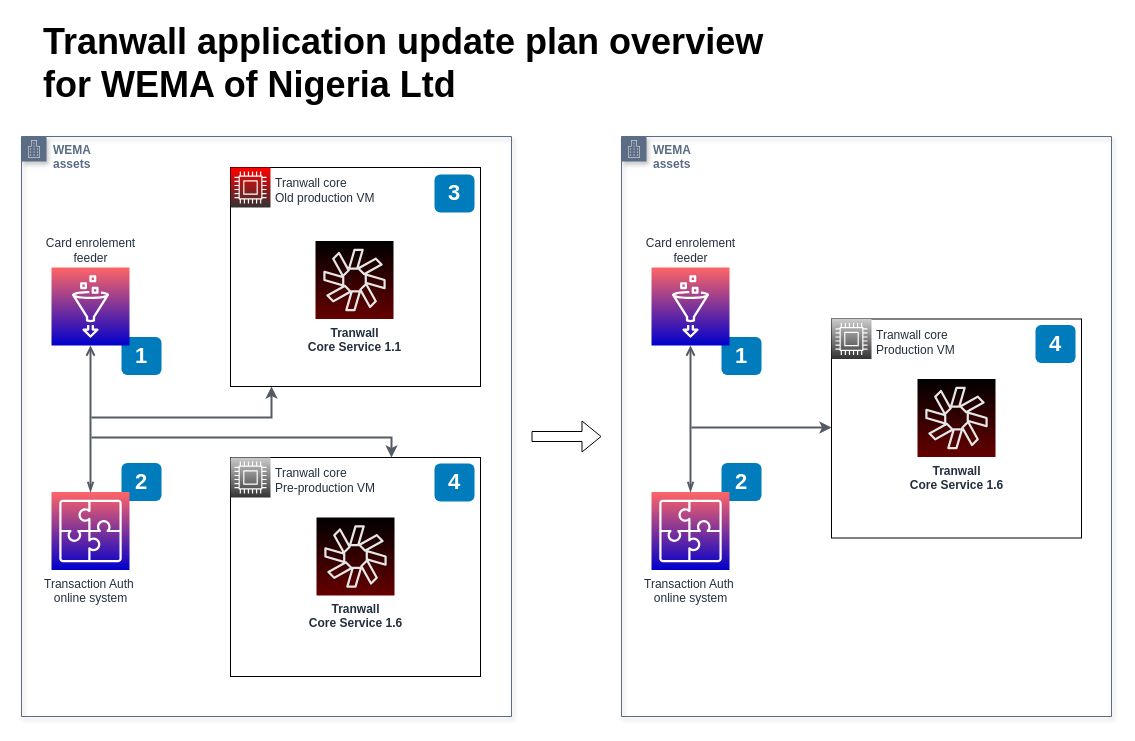
7ak/draw.io keeps this draw.io diagram as WEMA-prod-update.drawio. Above is the earlier version. Source tidied: cells renumbered, new cells numbered last; positions are measured from the earlier drawing's top-left corner, leaving out a move shared by most shapes. Both pictures are drawn from the tidied source at 100%, with x=0, y=0 at pixel (21, 17). Pictures stored in the file or linked from it are replaced by grey dashed boxes.
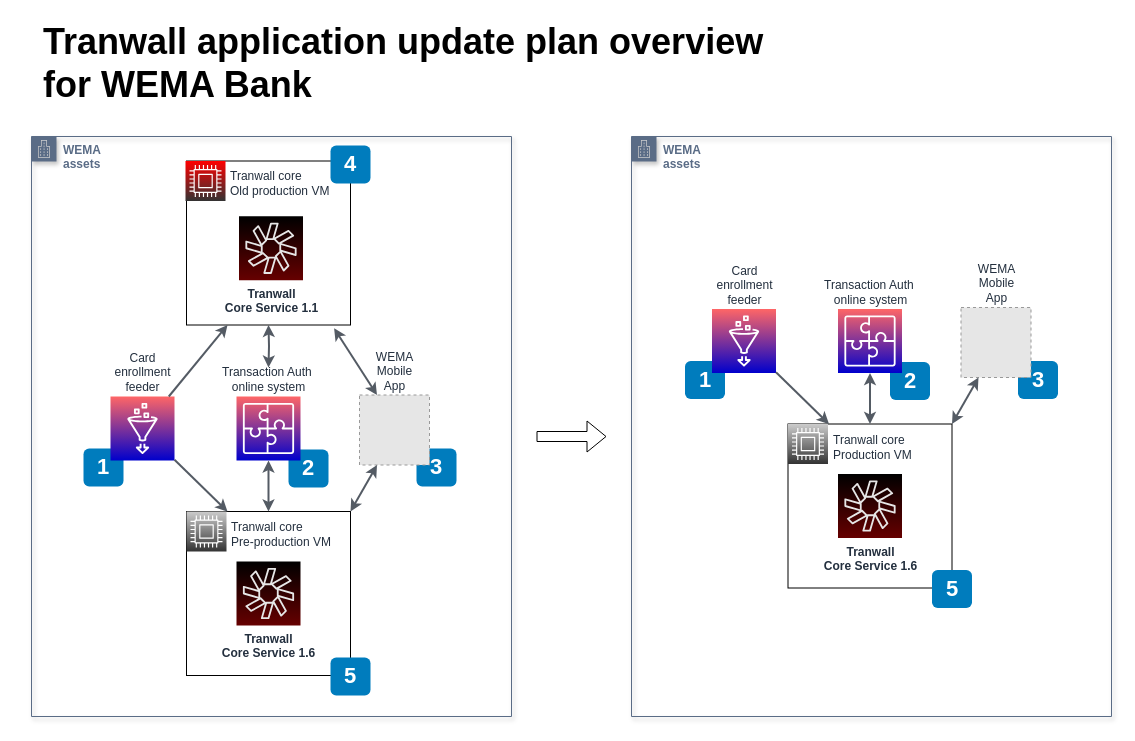
After the change.

What changed in the source:
```diff
@@
     <mxCell id="2" value="WEMA&lt;br&gt;assets" style="gradientColor=#ffffff;html=1;whiteSpace=wrap;fontSize=12;fontStyle=1;shape=mxgraph.aws4.group;grIcon=mxgraph.aws4.group_corporate_data_center;strokeColor=#5A6C86;fillColor=none;verticalAlign=top;align=left;spacingLeft=30;fontColor=#5A6C86;dashed=0;shadow=1;" parent="1" vertex="1">
-      <mxGeometry y="119" width="490" height="580" as="geometry" />
+      <mxGeometry x="10" y="119" width="480" height="580" as="geometry" />
     </mxCell>
+    <mxCell id="10" style="whiteSpace=wrap;html=1;dashed=0;fontColor=#AAB7B8;fontStyle=0;align=left;verticalAlign=top;strokeColor=#000000;fillColor=none;gradientColor=none;spacingLeft=30;" parent="1" vertex="1">
+      <mxGeometry x="165" y="143.5" width="164" height="164" as="geometry" />
+    </mxCell>
+    <mxCell id="12" value="2" style="rounded=1;whiteSpace=wrap;html=1;fillColor=#007CBD;strokeColor=none;fontColor=#FFFFFF;fontStyle=1;fontSize=22;" parent="1" vertex="1">
+      <mxGeometry x="267" y="432" width="40" height="38" as="geometry" />
+    </mxCell>
     <mxCell id="3" value="WEMA&lt;br&gt;assets" style="gradientColor=#ffffff;html=1;whiteSpace=wrap;fontSize=12;fontStyle=1;shape=mxgraph.aws4.group;grIcon=mxgraph.aws4.group_corporate_data_center;strokeColor=#5A6C86;fillColor=none;verticalAlign=top;align=left;spacingLeft=30;fontColor=#5A6C86;dashed=0;shadow=1;" parent="1" vertex="1">
-      <mxGeometry x="600" y="119" width="490" height="580" as="geometry" />
+      <mxGeometry x="610" y="119" width="480" height="580" as="geometry" />
     </mxCell>
-    <mxCell id="4" value="Tranwall application update plan overview &lt;br&gt;for WEMA of Nigeria Ltd&lt;div style=&quot;font-size: 36px&quot;&gt;&lt;/div&gt;" style="text;html=1;align=left;verticalAlign=top;spacingTop=-4;fontSize=36;fontStyle=1;" parent="1" vertex="1">
+    <mxCell id="4" value="Tranwall application update plan overview &lt;br&gt;for WEMA Bank&lt;div style=&quot;font-size: 36px&quot;&gt;&lt;/div&gt;" style="text;html=1;align=left;verticalAlign=top;spacingTop=-4;fontSize=36;fontStyle=1;" parent="1" vertex="1">
       <mxGeometry x="20" width="740" height="90" as="geometry" />
     </mxCell>
     <mxCell id="5" style="whiteSpace=wrap;html=1;dashed=0;fontColor=#AAB7B8;fontStyle=0;align=left;verticalAlign=top;strokeColor=#000000;fillColor=none;gradientColor=none;spacingLeft=30;" parent="1" vertex="1">
-      <mxGeometry x="209" y="440" width="250" height="219" as="geometry" />
+      <mxGeometry x="165" y="494" width="164" height="164" as="geometry" />
     </mxCell>
     <mxCell id="6" value="Tranwall core&lt;br&gt;&lt;span style=&quot;text-align: left&quot;&gt;Pre-production VM&lt;br&gt;&lt;/span&gt;" style="fontColor=#232F3E;gradientColor=#CCCCCC;gradientDirection=north;fillColor=#333333;strokeColor=#ffffff;dashed=0;verticalLabelPosition=middle;verticalAlign=middle;align=left;html=1;fontSize=12;fontStyle=0;shape=mxgraph.aws4.resourceIcon;resIcon=mxgraph.aws4.compute;labelPosition=right;spacing=5;spacingBottom=-6;" parent="1" vertex="1">
-      <mxGeometry x="209" y="440" width="40" height="40" as="geometry" />
+      <mxGeometry x="165" y="494" width="40" height="40" as="geometry" />
     </mxCell>
     <mxCell id="7" value="4" style="rounded=1;whiteSpace=wrap;html=1;fillColor=#007CBD;strokeColor=none;fontColor=#FFFFFF;fontStyle=1;fontSize=22;" parent="1" vertex="1">
-      <mxGeometry x="413" y="446" width="40" height="38" as="geometry" />
+      <mxGeometry x="309" y="128" width="40" height="38" as="geometry" />
     </mxCell>
     <mxCell id="8" value="&lt;span style=&quot;text-align: left&quot;&gt;&lt;b&gt;Tranwall&lt;br&gt;Core Service 1.6&lt;/b&gt;&lt;/span&gt;" style="fontColor=#232F3E;gradientColor=#000000;gradientDirection=north;fillColor=#660000;strokeColor=#E6E6E6;dashed=0;verticalLabelPosition=bottom;verticalAlign=top;align=center;html=1;fontSize=12;fontStyle=0;shape=mxgraph.aws4.resourceIcon;resIcon=mxgraph.aws4.chime;shadow=0;" parent="1" vertex="1">
-      <mxGeometry x="295" y="500" width="78" height="78" as="geometry" />
+      <mxGeometry x="215" y="544" width="64" height="64" as="geometry" />
     </mxCell>
     <mxCell id="9" value="1" style="rounded=1;whiteSpace=wrap;html=1;fillColor=#007CBD;strokeColor=none;fontColor=#FFFFFF;fontStyle=1;fontSize=22;" parent="1" vertex="1">
-      <mxGeometry x="100" y="319.5" width="40" height="38" as="geometry" />
+      <mxGeometry x="62" y="431" width="40" height="38" as="geometry" />
     </mxCell>
-    <mxCell id="10" style="whiteSpace=wrap;html=1;dashed=0;fontColor=#AAB7B8;fontStyle=0;align=left;verticalAlign=top;strokeColor=#000000;fillColor=none;gradientColor=none;spacingLeft=30;" parent="1" vertex="1">
-      <mxGeometry x="209" y="150" width="250" height="219" as="geometry" />
-    </mxCell>
     <mxCell id="11" value="Tranwall core&lt;br&gt;&lt;span style=&quot;text-align: left&quot;&gt;Old production VM&lt;br&gt;&lt;/span&gt;" style="fontColor=#232F3E;gradientColor=#FF0000;gradientDirection=north;fillColor=#333333;strokeColor=#ffffff;dashed=0;verticalLabelPosition=middle;verticalAlign=middle;align=left;html=1;fontSize=12;fontStyle=0;shape=mxgraph.aws4.resourceIcon;resIcon=mxgraph.aws4.compute;labelPosition=right;spacing=5;spacingBottom=-5;" parent="1" vertex="1">
-      <mxGeometry x="209" y="150" width="40" height="40" as="geometry" />
+      <mxGeometry x="164" y="143.5" width="40" height="40" as="geometry" />
     </mxCell>
-    <mxCell id="12" value="2" style="rounded=1;whiteSpace=wrap;html=1;fillColor=#007CBD;strokeColor=none;fontColor=#FFFFFF;fontStyle=1;fontSize=22;" parent="1" vertex="1">
-      <mxGeometry x="100" y="445.5" width="40" height="38" as="geometry" />
-    </mxCell>
-    <mxCell id="13" value="Transaction Auth&amp;nbsp;&lt;br&gt;online system" style="outlineConnect=0;fontColor=#232F3E;gradientColor=#FF6666;gradientDirection=north;fillColor=#0000CC;strokeColor=#ffffff;dashed=0;verticalLabelPosition=bottom;verticalAlign=top;align=center;html=1;fontSize=12;fontStyle=0;shape=mxgraph.aws4.resourceIcon;resIcon=mxgraph.aws4.application_integration;" parent="1" vertex="1">
-      <mxGeometry x="30" y="474.5" width="78" height="78" as="geometry" />
+    <mxCell id="13" value="Transaction Auth&amp;nbsp;&lt;br&gt;online system" style="outlineConnect=0;fontColor=#232F3E;gradientColor=#FF6666;gradientDirection=north;fillColor=#0000CC;strokeColor=#ffffff;dashed=0;verticalLabelPosition=top;verticalAlign=bottom;align=center;html=1;fontSize=12;fontStyle=0;shape=mxgraph.aws4.resourceIcon;resIcon=mxgraph.aws4.application_integration;labelPosition=center;" parent="1" vertex="1">
+      <mxGeometry x="215" y="379" width="64" height="64" as="geometry" />
     </mxCell>
-    <mxCell id="14" style="edgeStyle=orthogonalEdgeStyle;rounded=0;orthogonalLoop=1;jettySize=auto;html=1;strokeColor=#545B64;strokeWidth=2;endFill=1;endArrow=classic;startArrow=none;startFill=0;" parent="1" edge="1">
+    <mxCell id="14" style="edgeStyle=orthogonalEdgeStyle;rounded=0;jettySize=auto;html=1;strokeColor=#545B64;strokeWidth=2;endFill=1;endArrow=classic;startArrow=classic;startFill=1;entryX=0.5;entryY=1;entryDx=0;entryDy=0;" parent="1" edge="1" target="10">
       <mxGeometry relative="1" as="geometry">
-        <mxPoint x="70" y="400" as="sourcePoint" />
-        <mxPoint x="250" y="369" as="targetPoint" />
-        <Array as="points">
-          <mxPoint x="250" y="400" />
-          <mxPoint x="250" y="369" />
-        </Array>
+        <mxPoint x="247" y="350" as="sourcePoint" />
       </mxGeometry>
     </mxCell>
     <mxCell id="15" value="&lt;span style=&quot;text-align: left&quot;&gt;&lt;b&gt;Tranwall&lt;br&gt;Core Service 1.1&lt;/b&gt;&lt;/span&gt;" style="fontColor=#232F3E;gradientColor=#000000;gradientDirection=north;fillColor=#660000;strokeColor=#E6E6E6;dashed=0;verticalLabelPosition=bottom;verticalAlign=top;align=center;html=1;fontSize=12;fontStyle=0;shape=mxgraph.aws4.resourceIcon;resIcon=mxgraph.aws4.chime;shadow=0;" parent="1" vertex="1">
-      <mxGeometry x="294" y="223.5" width="78" height="78" as="geometry" />
+      <mxGeometry x="217.5" y="198.8" width="64" height="64" as="geometry" />
     </mxCell>
     <mxCell id="16" value="3" style="rounded=1;whiteSpace=wrap;html=1;fillColor=#007CBD;strokeColor=none;fontColor=#FFFFFF;fontStyle=1;fontSize=22;" parent="1" vertex="1">
-      <mxGeometry x="413" y="157" width="40" height="38" as="geometry" />
+      <mxGeometry x="395" y="431" width="40" height="38" as="geometry" />
     </mxCell>
+    <mxCell id="19" style="rounded=0;jettySize=auto;html=1;strokeColor=#545B64;strokeWidth=2;endFill=1;endArrow=classic;startArrow=classic;startFill=1;entryX=0.9;entryY=1.02;entryDx=0;entryDy=0;entryPerimeter=0;exitX=0.25;exitY=0;exitDx=0;exitDy=0;" parent="1" edge="1" source="31" target="10">
+      <mxGeometry relative="1" as="geometry" />
+    </mxCell>
+    <mxCell id="30" style="shape=flexArrow;endArrow=classic;html=1;" parent="1" edge="1">
+      <mxGeometry relative="1" as="geometry">
+        <mxPoint x="515" y="419" as="sourcePoint" />
+        <mxPoint x="585" y="419" as="targetPoint" />
+      </mxGeometry>
+    </mxCell>
+    <mxCell id="31" value="WEMA&lt;br&gt;Mobile&lt;br&gt;App" style="fillColor=#E6E6E6;strokeColor=#999999;dashed=1;html=1;verticalAlign=bottom;verticalLabelPosition=top;fontColor=#232F3E;fontStyle=0;labelPosition=center;align=center;" parent="1" vertex="1">
+      <mxGeometry x="338" y="377.5" width="70" height="70" as="geometry" />
+    </mxCell>
+    <mxCell id="32" value="5" style="rounded=1;whiteSpace=wrap;html=1;fillColor=#007CBD;strokeColor=none;fontColor=#FFFFFF;fontStyle=1;fontSize=22;" parent="1" vertex="1">
+      <mxGeometry x="309" y="640" width="40" height="38" as="geometry" />
+    </mxCell>
-    <mxCell id="17" value="Card enrolement&lt;br&gt;feeder" style="outlineConnect=0;fontColor=#232F3E;gradientColor=#FF6666;gradientDirection=north;fillColor=#0000CC;strokeColor=#ffffff;dashed=0;verticalLabelPosition=top;verticalAlign=bottom;align=center;html=1;fontSize=12;fontStyle=0;shape=mxgraph.aws4.resourceIcon;resIcon=mxgraph.aws4.glue;labelPosition=center;" parent="1" vertex="1">
-      <mxGeometry x="30" y="250" width="78" height="78" as="geometry" />
+    <mxCell id="17" value="Card &lt;br&gt;enrollment&lt;br&gt;feeder" style="outlineConnect=0;fontColor=#232F3E;gradientColor=#FF6666;gradientDirection=north;fillColor=#0000CC;strokeColor=#ffffff;dashed=0;verticalLabelPosition=top;verticalAlign=bottom;align=center;html=1;fontSize=12;fontStyle=0;shape=mxgraph.aws4.resourceIcon;resIcon=mxgraph.aws4.glue;labelPosition=center;" parent="1" vertex="1">
+      <mxGeometry x="89" y="379" width="64" height="64" as="geometry" />
     </mxCell>
-    <mxCell id="18" style="edgeStyle=orthogonalEdgeStyle;rounded=0;jettySize=auto;html=1;strokeColor=#545B64;strokeWidth=2;endFill=0;endArrow=open;startArrow=openThin;startFill=0;" parent="1" edge="1" source="13" target="17">
-      <mxGeometry relative="1" as="geometry">
-        <Array as="points">
-          <mxPoint x="69" y="410" />
-          <mxPoint x="69" y="410" />
-        </Array>
-      </mxGeometry>
-    </mxCell>
-    <mxCell id="19" style="edgeStyle=orthogonalEdgeStyle;rounded=0;jettySize=auto;html=1;strokeColor=#545B64;strokeWidth=2;endFill=1;endArrow=classic;startArrow=none;startFill=0;" parent="1" edge="1" target="5">
-      <mxGeometry relative="1" as="geometry">
-        <mxPoint x="70" y="420" as="sourcePoint" />
-        <Array as="points">
-          <mxPoint x="370" y="420" />
-        </Array>
-      </mxGeometry>
-    </mxCell>
-    <mxCell id="20" style="whiteSpace=wrap;html=1;dashed=0;fontColor=#AAB7B8;fontStyle=0;align=left;verticalAlign=top;strokeColor=#000000;fillColor=none;gradientColor=none;spacingLeft=30;" parent="1" vertex="1">
-      <mxGeometry x="810" y="301.5" width="250" height="219" as="geometry" />
-    </mxCell>
+    <mxCell id="33" style="rounded=0;jettySize=auto;html=1;strokeColor=#545B64;strokeWidth=2;endFill=1;endArrow=classic;startArrow=none;startFill=0;entryX=0.25;entryY=1;entryDx=0;entryDy=0;" parent="1" edge="1" source="17" target="10">
+      <mxGeometry relative="1" as="geometry" />
+    </mxCell>
+    <mxCell id="34" style="rounded=0;jettySize=auto;html=1;strokeColor=#545B64;strokeWidth=2;endFill=1;endArrow=classic;startArrow=none;startFill=0;entryX=0.25;entryY=0;entryDx=0;entryDy=0;" parent="1" edge="1" source="17" target="5">
+      <mxGeometry relative="1" as="geometry" />
+    </mxCell>
+    <mxCell id="35" style="edgeStyle=orthogonalEdgeStyle;rounded=0;jettySize=auto;html=1;strokeColor=#545B64;strokeWidth=2;endFill=1;endArrow=classic;startArrow=classic;startFill=1;exitX=0.5;exitY=0;exitDx=0;exitDy=0;" parent="1" edge="1" source="5" target="13">
+      <mxGeometry relative="1" as="geometry" />
+    </mxCell>
+    <mxCell id="36" style="rounded=0;jettySize=auto;html=1;strokeColor=#545B64;strokeWidth=2;endFill=1;endArrow=classic;startArrow=classic;startFill=1;entryX=1;entryY=0;entryDx=0;entryDy=0;exitX=0.25;exitY=1;exitDx=0;exitDy=0;" parent="1" edge="1" source="31" target="5">
+      <mxGeometry relative="1" as="geometry" />
+    </mxCell>
+    <mxCell id="25" value="2" style="rounded=1;whiteSpace=wrap;html=1;fillColor=#007CBD;strokeColor=none;fontColor=#FFFFFF;fontStyle=1;fontSize=22;" parent="1" vertex="1">
+      <mxGeometry x="868.5" y="344.5" width="40" height="38" as="geometry" />
+    </mxCell>
+    <mxCell id="37" style="whiteSpace=wrap;html=1;dashed=0;fontColor=#AAB7B8;fontStyle=0;align=left;verticalAlign=top;strokeColor=#000000;fillColor=none;gradientColor=none;spacingLeft=30;" parent="1" vertex="1">
+      <mxGeometry x="766.5" y="406.5" width="164" height="164" as="geometry" />
+    </mxCell>
     <mxCell id="21" value="Tranwall core&lt;br&gt;&lt;span style=&quot;text-align: left&quot;&gt;Production VM&lt;br&gt;&lt;/span&gt;" style="fontColor=#232F3E;gradientColor=#CCCCCC;gradientDirection=north;fillColor=#333333;strokeColor=#ffffff;dashed=0;verticalLabelPosition=middle;verticalAlign=middle;align=left;html=1;fontSize=12;fontStyle=0;shape=mxgraph.aws4.resourceIcon;resIcon=mxgraph.aws4.compute;labelPosition=right;spacing=5;spacingBottom=-6;" parent="1" vertex="1">
-      <mxGeometry x="810" y="301.5" width="40" height="40" as="geometry" />
+      <mxGeometry x="766.5" y="406.5" width="40" height="40" as="geometry" />
     </mxCell>
-    <mxCell id="22" value="4" style="rounded=1;whiteSpace=wrap;html=1;fillColor=#007CBD;strokeColor=none;fontColor=#FFFFFF;fontStyle=1;fontSize=22;" parent="1" vertex="1">
-      <mxGeometry x="1014" y="307.5" width="40" height="38" as="geometry" />
-    </mxCell>
     <mxCell id="23" value="&lt;span style=&quot;text-align: left&quot;&gt;&lt;b&gt;Tranwall&lt;br&gt;Core Service 1.6&lt;/b&gt;&lt;/span&gt;" style="fontColor=#232F3E;gradientColor=#000000;gradientDirection=north;fillColor=#660000;strokeColor=#E6E6E6;dashed=0;verticalLabelPosition=bottom;verticalAlign=top;align=center;html=1;fontSize=12;fontStyle=0;shape=mxgraph.aws4.resourceIcon;resIcon=mxgraph.aws4.chime;shadow=0;" parent="1" vertex="1">
-      <mxGeometry x="896" y="361.5" width="78" height="78" as="geometry" />
+      <mxGeometry x="816.5" y="456.5" width="64" height="64" as="geometry" />
     </mxCell>
     <mxCell id="24" value="1" style="rounded=1;whiteSpace=wrap;html=1;fillColor=#007CBD;strokeColor=none;fontColor=#FFFFFF;fontStyle=1;fontSize=22;" parent="1" vertex="1">
-      <mxGeometry x="700" y="319.5" width="40" height="38" as="geometry" />
+      <mxGeometry x="663.5" y="343.5" width="40" height="38" as="geometry" />
     </mxCell>
-    <mxCell id="25" value="2" style="rounded=1;whiteSpace=wrap;html=1;fillColor=#007CBD;strokeColor=none;fontColor=#FFFFFF;fontStyle=1;fontSize=22;" parent="1" vertex="1">
-      <mxGeometry x="700" y="445.5" width="40" height="38" as="geometry" />
-    </mxCell>
-    <mxCell id="26" value="Transaction Auth&amp;nbsp;&lt;br&gt;online system" style="outlineConnect=0;fontColor=#232F3E;gradientColor=#FF6666;gradientDirection=north;fillColor=#0000CC;strokeColor=#ffffff;dashed=0;verticalLabelPosition=bottom;verticalAlign=top;align=center;html=1;fontSize=12;fontStyle=0;shape=mxgraph.aws4.resourceIcon;resIcon=mxgraph.aws4.application_integration;" parent="1" vertex="1">
-      <mxGeometry x="630" y="474.5" width="78" height="78" as="geometry" />
+    <mxCell id="26" value="Transaction Auth&amp;nbsp;&lt;br&gt;online system" style="outlineConnect=0;fontColor=#232F3E;gradientColor=#FF6666;gradientDirection=north;fillColor=#0000CC;strokeColor=#ffffff;dashed=0;verticalLabelPosition=top;verticalAlign=bottom;align=center;html=1;fontSize=12;fontStyle=0;shape=mxgraph.aws4.resourceIcon;resIcon=mxgraph.aws4.application_integration;labelPosition=center;" parent="1" vertex="1">
+      <mxGeometry x="816.5" y="291.5" width="64" height="64" as="geometry" />
     </mxCell>
-    <mxCell id="27" value="Card enrolement&lt;br&gt;feeder" style="outlineConnect=0;fontColor=#232F3E;gradientColor=#FF6666;gradientDirection=north;fillColor=#0000CC;strokeColor=#ffffff;dashed=0;verticalLabelPosition=top;verticalAlign=bottom;align=center;html=1;fontSize=12;fontStyle=0;shape=mxgraph.aws4.resourceIcon;resIcon=mxgraph.aws4.glue;labelPosition=center;" parent="1" vertex="1">
-      <mxGeometry x="630" y="250" width="78" height="78" as="geometry" />
-    </mxCell>
-    <mxCell id="28" style="edgeStyle=orthogonalEdgeStyle;rounded=0;jettySize=auto;html=1;strokeColor=#545B64;strokeWidth=2;endFill=0;endArrow=open;startArrow=openThin;startFill=0;" parent="1" edge="1" source="26" target="27">
-      <mxGeometry relative="1" as="geometry">
-        <Array as="points">
-          <mxPoint x="669" y="410" />
-          <mxPoint x="669" y="410" />
-        </Array>
-      </mxGeometry>
-    </mxCell>
-    <mxCell id="29" style="edgeStyle=orthogonalEdgeStyle;rounded=0;jettySize=auto;html=1;strokeColor=#545B64;strokeWidth=2;endFill=1;endArrow=classic;startArrow=none;startFill=0;" parent="1" edge="1" target="20">
-      <mxGeometry relative="1" as="geometry">
-        <mxPoint x="670" y="410" as="sourcePoint" />
-        <Array as="points">
-          <mxPoint x="670" y="410" />
-        </Array>
-      </mxGeometry>
-    </mxCell>
-    <mxCell id="30" style="shape=flexArrow;endArrow=classic;html=1;" parent="1" edge="1">
-      <mxGeometry relative="1" as="geometry">
-        <mxPoint x="510" y="419" as="sourcePoint" />
-        <mxPoint x="580" y="419" as="targetPoint" />
-      </mxGeometry>
-    </mxCell>
+    <mxCell id="38" value="3" style="rounded=1;whiteSpace=wrap;html=1;fillColor=#007CBD;strokeColor=none;fontColor=#FFFFFF;fontStyle=1;fontSize=22;" parent="1" vertex="1">
+      <mxGeometry x="996.5" y="343.5" width="40" height="38" as="geometry" />
+    </mxCell>
+    <mxCell id="39" value="WEMA&lt;br&gt;Mobile&lt;br&gt;App" style="fillColor=#E6E6E6;strokeColor=#999999;dashed=1;html=1;verticalAlign=bottom;verticalLabelPosition=top;fontColor=#232F3E;fontStyle=0;labelPosition=center;align=center;" parent="1" vertex="1">
+      <mxGeometry x="939.5" y="290" width="70" height="70" as="geometry" />
+    </mxCell>
+    <mxCell id="40" value="5" style="rounded=1;whiteSpace=wrap;html=1;fillColor=#007CBD;strokeColor=none;fontColor=#FFFFFF;fontStyle=1;fontSize=22;" parent="1" vertex="1">
+      <mxGeometry x="910.5" y="552.5" width="40" height="38" as="geometry" />
+    </mxCell>
+    <mxCell id="41" value="Card &lt;br&gt;enrollment&lt;br&gt;feeder" style="outlineConnect=0;fontColor=#232F3E;gradientColor=#FF6666;gradientDirection=north;fillColor=#0000CC;strokeColor=#ffffff;dashed=0;verticalLabelPosition=top;verticalAlign=bottom;align=center;html=1;fontSize=12;fontStyle=0;shape=mxgraph.aws4.resourceIcon;resIcon=mxgraph.aws4.glue;labelPosition=center;" parent="1" vertex="1">
+      <mxGeometry x="690.5" y="291.5" width="64" height="64" as="geometry" />
+    </mxCell>
+    <mxCell id="42" style="rounded=0;jettySize=auto;html=1;strokeColor=#545B64;strokeWidth=2;endFill=1;endArrow=classic;startArrow=none;startFill=0;entryX=0.25;entryY=0;entryDx=0;entryDy=0;" parent="1" edge="1" source="41" target="37">
+      <mxGeometry relative="1" as="geometry" />
+    </mxCell>
+    <mxCell id="43" style="edgeStyle=orthogonalEdgeStyle;rounded=0;jettySize=auto;html=1;strokeColor=#545B64;strokeWidth=2;endFill=1;endArrow=classic;startArrow=classic;startFill=1;exitX=0.5;exitY=0;exitDx=0;exitDy=0;" parent="1" edge="1" source="37" target="26">
+      <mxGeometry relative="1" as="geometry" />
+    </mxCell>
+    <mxCell id="44" style="rounded=0;jettySize=auto;html=1;strokeColor=#545B64;strokeWidth=2;endFill=1;endArrow=classic;startArrow=classic;startFill=1;entryX=1;entryY=0;entryDx=0;entryDy=0;exitX=0.25;exitY=1;exitDx=0;exitDy=0;" parent="1" edge="1" source="39" target="37">
+      <mxGeometry relative="1" as="geometry" />
+    </mxCell>
```
